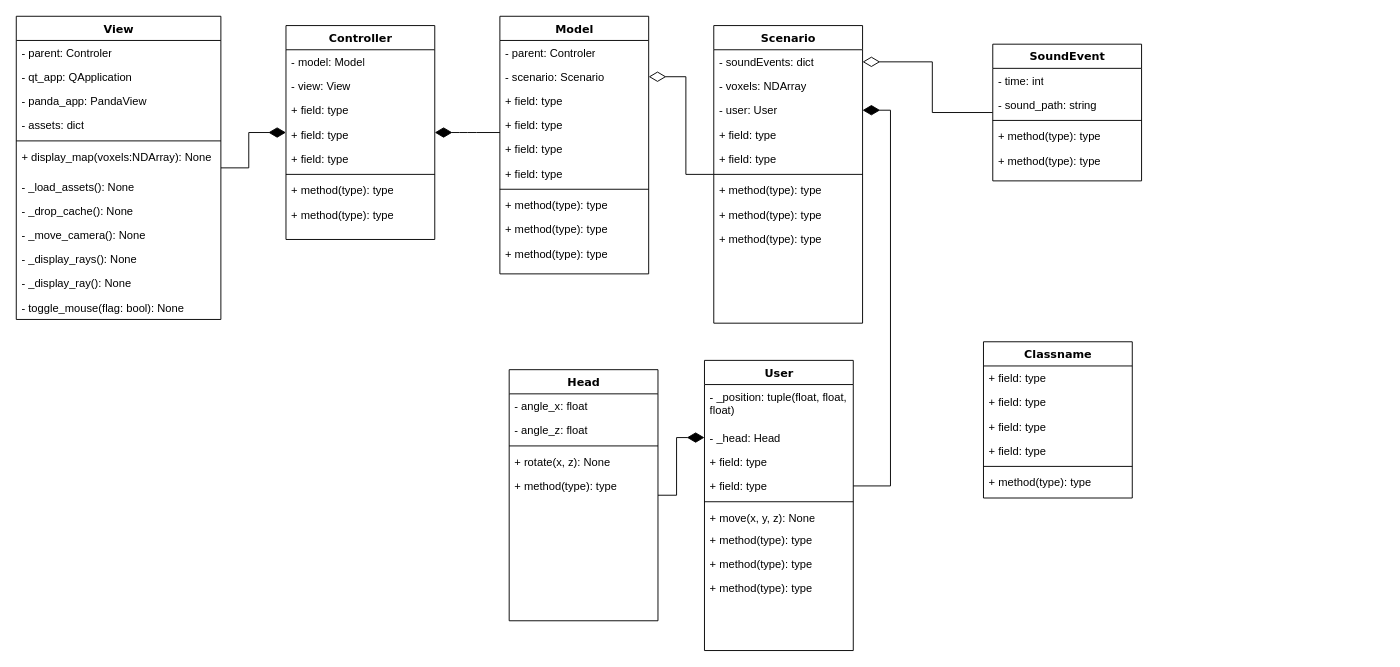
Above: doc/UML/Draft - Classes - Joel.drawio in Cemecla/Acoustic-Tracing (draw.io), before the change. Source tidied: cells renumbered, new cells numbered last; positions are measured from the earlier drawing's top-left corner, leaving out a move shared by most shapes. Both pictures are drawn from the tidied source at 93%, with x=0, y=0 at pixel (16, 16).
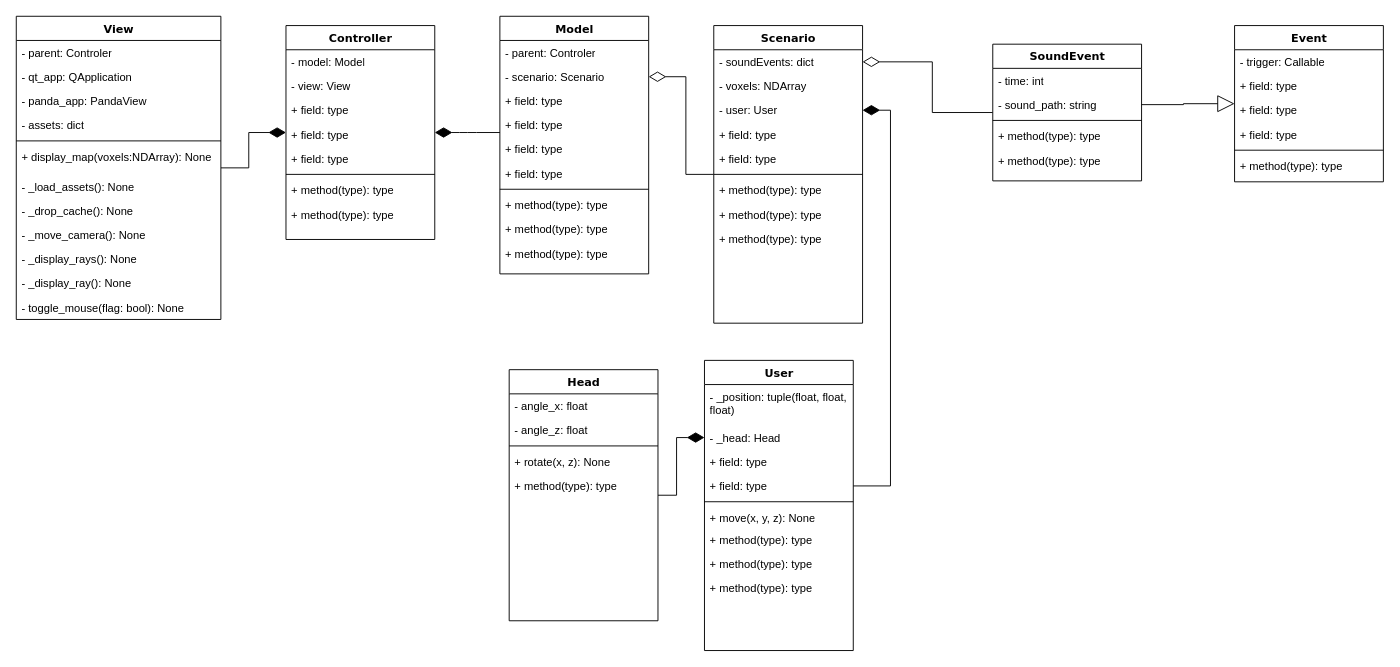
The same diagram, later.

Commit message:
Update UML Classes Draft

The change refers to these unchanged cells:
```xml
<mxCell id="74" value="- sound_path: string" style="text;html=1;strokeColor=none;fillColor=none;align=left;verticalAlign=top;spacingLeft=4;spacingRight=4;whiteSpace=wrap;overflow=hidden;points=[[0,0.5],[1,0.5]];portConstraint=eastwest;" parent="72" vertex="1">
  <mxGeometry y="52" width="160" height="26" as="geometry" />
</mxCell>
```

Change to the diagram source:
```diff
@@
-    <mxCell id="64" value="Classname" style="swimlane;html=1;fontStyle=1;align=center;verticalAlign=top;horizontal=1;startSize=26;swimlaneFillColor=#ffffff;rounded=0;shadow=0;comic=0;labelBackgroundColor=none;strokeWidth=1;fillColor=none;fontFamily=Verdana;fontSize=12;" parent="1" vertex="1">
-      <mxGeometry x="1040" y="350" width="160" height="168" as="geometry" />
+    <mxCell id="64" value="Event" style="swimlane;html=1;fontStyle=1;align=center;verticalAlign=top;horizontal=1;startSize=26;swimlaneFillColor=#ffffff;rounded=0;shadow=0;comic=0;labelBackgroundColor=none;strokeWidth=1;fillColor=none;fontFamily=Verdana;fontSize=12;" parent="1" vertex="1">
+      <mxGeometry x="1310" y="10" width="160" height="168" as="geometry" />
     </mxCell>
-    <mxCell id="65" value="+ field: type" style="text;html=1;strokeColor=none;fillColor=none;align=left;verticalAlign=top;spacingLeft=4;spacingRight=4;whiteSpace=wrap;overflow=hidden;" parent="64" vertex="1">
+    <mxCell id="65" value="- trigger: Callable" style="text;html=1;strokeColor=none;fillColor=none;align=left;verticalAlign=top;spacingLeft=4;spacingRight=4;whiteSpace=wrap;overflow=hidden;" parent="64" vertex="1">
       <mxGeometry y="26" width="160" height="26" as="geometry" />
     </mxCell>
@@
+    <mxCell id="80" style="edgeStyle=orthogonalEdgeStyle;rounded=0;jettySize=auto;html=1;endArrow=block;endFill=0;endSize=16;" parent="1" edge="1" source="74" target="64">
+      <mxGeometry relative="1" as="geometry" />
+    </mxCell>
```
